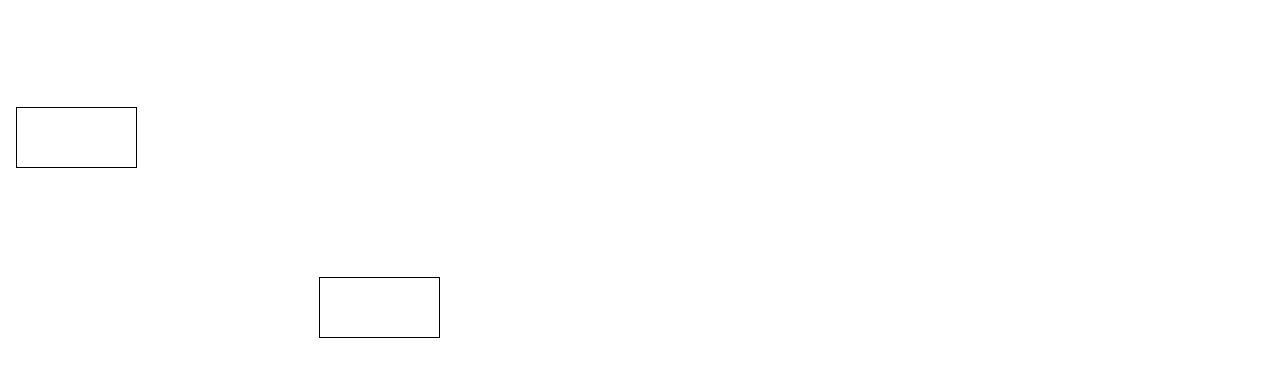
Before: webview启动.drawio in leileizhou/pic, a draw.io diagram. Source tidied: cells renumbered, new cells numbered last; positions are measured from the earlier drawing's top-left corner, leaving out a move shared by most shapes. Both pictures are drawn from the tidied source at 100%, with x=0, y=0 at pixel (16, 107).
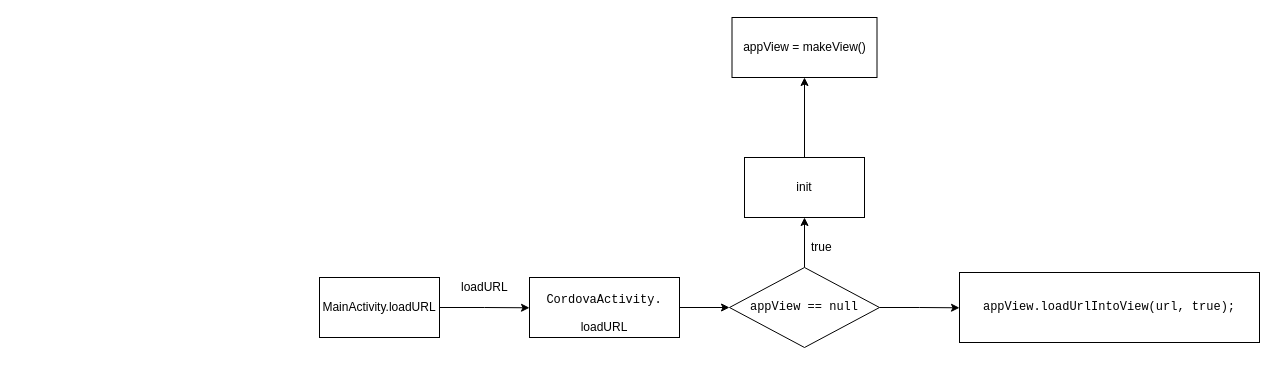
After the change.

Diff of the diagram source:
```diff
@@
 <mxGraphModel>
   <root>
     <mxCell id="0" />
     <mxCell id="1" parent="0" />
+    <mxCell id="4" style="edgeStyle=orthogonalEdgeStyle;rounded=0;jettySize=auto;html=1;exitX=1;exitY=0.5;exitDx=0;exitDy=0;" parent="1" edge="1" source="2">
+      <mxGeometry relative="1" as="geometry">
+        <mxPoint x="513" y="200.3" as="targetPoint" />
+      </mxGeometry>
+    </mxCell>
-    <mxCell id="2" style="rounded=0;whiteSpace=wrap;html=1;" parent="1" vertex="1">
+    <mxCell id="2" value="MainActivity.&lt;span&gt;loadURL&lt;/span&gt;" style="rounded=0;whiteSpace=wrap;html=1;" parent="1" vertex="1">
       <mxGeometry x="303" y="170" width="120" height="60" as="geometry" />
     </mxCell>
-    <mxCell id="3" style="rounded=0;whiteSpace=wrap;html=1;" parent="1" vertex="1">
-      <mxGeometry width="120" height="60" as="geometry" />
-    </mxCell>
+    <mxCell id="5" value="loadURL" style="text;html=1;align=left;verticalAlign=top;spacingTop=-4;" parent="1" vertex="1">
+      <mxGeometry x="443" y="170" width="60" height="20" as="geometry" />
+    </mxCell>
+    <mxCell id="6" style="edgeStyle=orthogonalEdgeStyle;rounded=0;jettySize=auto;html=1;exitX=1;exitY=0.5;exitDx=0;exitDy=0;entryX=0;entryY=0.5;entryDx=0;entryDy=0;" parent="1" edge="1" source="7" target="10">
+      <mxGeometry relative="1" as="geometry" />
+    </mxCell>
+    <mxCell id="7" value="&lt;pre&gt;&lt;span&gt;CordovaActivity.&lt;/span&gt;&lt;/pre&gt;&lt;span&gt;loadURL&lt;/span&gt;" style="rounded=0;whiteSpace=wrap;html=1;" parent="1" vertex="1">
+      <mxGeometry x="513" y="170" width="150" height="60" as="geometry" />
+    </mxCell>
+    <mxCell id="8" style="edgeStyle=orthogonalEdgeStyle;rounded=0;jettySize=auto;html=1;" parent="1" edge="1" source="10">
+      <mxGeometry relative="1" as="geometry">
+        <mxPoint x="788" y="110" as="targetPoint" />
+      </mxGeometry>
+    </mxCell>
+    <mxCell id="9" style="edgeStyle=orthogonalEdgeStyle;rounded=0;jettySize=auto;html=1;exitX=1;exitY=0.5;exitDx=0;exitDy=0;" parent="1" edge="1" source="10">
+      <mxGeometry relative="1" as="geometry">
+        <mxPoint x="943" y="200.3" as="targetPoint" />
+      </mxGeometry>
+    </mxCell>
+    <mxCell id="10" value="&lt;pre&gt;&lt;span&gt;appView&lt;/span&gt; == &lt;span&gt;null&lt;/span&gt;&lt;/pre&gt;" style="rhombus;whiteSpace=wrap;html=1;" parent="1" vertex="1">
+      <mxGeometry x="713" y="160" width="150" height="80" as="geometry" />
+    </mxCell>
+    <mxCell id="11" value="true" style="text;html=1;align=left;verticalAlign=top;spacingTop=-4;" parent="1" vertex="1">
+      <mxGeometry x="793" y="130" width="40" height="20" as="geometry" />
+    </mxCell>
+    <mxCell id="12" style="edgeStyle=orthogonalEdgeStyle;rounded=0;jettySize=auto;html=1;" parent="1" edge="1" source="13" target="14">
+      <mxGeometry relative="1" as="geometry" />
+    </mxCell>
+    <mxCell id="13" value="init" style="rounded=0;whiteSpace=wrap;html=1;" parent="1" vertex="1">
+      <mxGeometry x="728" y="50" width="120" height="60" as="geometry" />
+    </mxCell>
+    <mxCell id="14" value="appView = makeView()" style="rounded=0;whiteSpace=wrap;html=1;" parent="1" vertex="1">
+      <mxGeometry x="715.5" y="-90" width="145" height="60" as="geometry" />
+    </mxCell>
+    <mxCell id="15" value="&lt;pre&gt;&lt;span&gt;appView&lt;/span&gt;.loadUrlIntoView(url, &lt;span&gt;true&lt;/span&gt;);&lt;/pre&gt;" style="rounded=0;whiteSpace=wrap;html=1;" parent="1" vertex="1">
+      <mxGeometry x="943" y="165" width="300" height="70" as="geometry" />
+    </mxCell>
   </root>
 </mxGraphModel>
```
